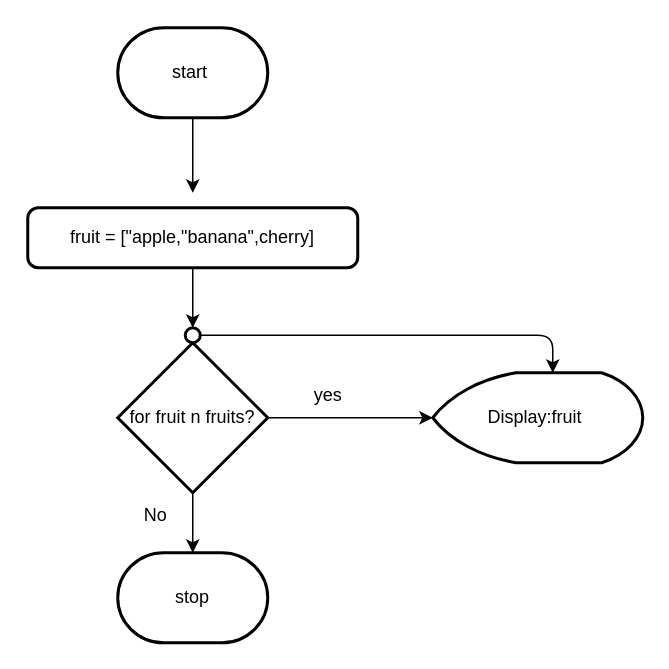
Earlier version of the draw.io diagram Lecture-04/controlled loop.drawio (Hathaway1420/Python-Tle). Source tidied: cells renumbered, new cells numbered last; positions are measured from the earlier drawing's top-left corner, leaving out a move shared by most shapes. Both pictures are drawn from the tidied source at 150%, with x=0, y=0 at pixel (27, 27).
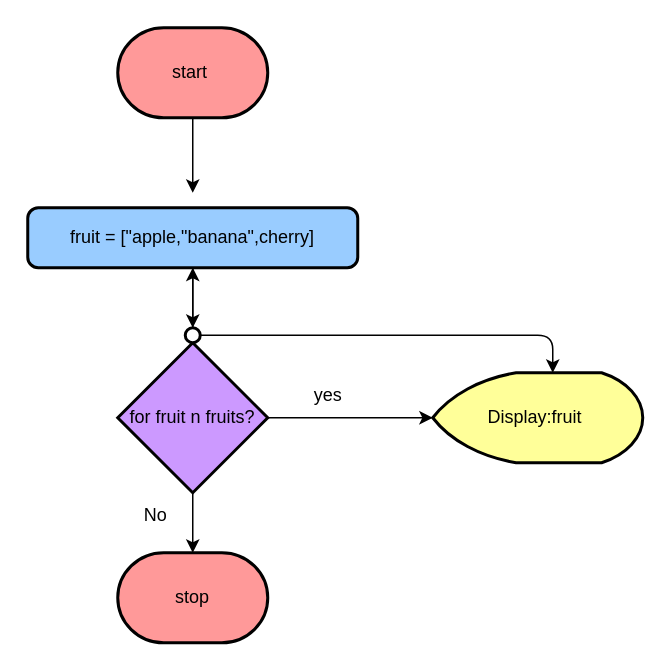
The same diagram, later.

Diff of the diagram source:
```diff
@@
 <mxGraphModel>
   <root>
     <mxCell id="0" />
     <mxCell id="1" parent="0" />
     <mxCell id="2" style="edgeStyle=none;html=1;exitX=0.5;exitY=1;exitDx=0;exitDy=0;exitPerimeter=0;" parent="1" edge="1" source="3">
       <mxGeometry relative="1" as="geometry">
         <mxPoint x="110" y="110" as="targetPoint" />
       </mxGeometry>
     </mxCell>
-    <mxCell id="3" value="start&amp;nbsp;" style="strokeWidth=2;html=1;shape=mxgraph.flowchart.terminator;whiteSpace=wrap;" parent="1" vertex="1">
+    <mxCell id="3" value="start&amp;nbsp;" style="strokeWidth=2;html=1;shape=mxgraph.flowchart.terminator;whiteSpace=wrap;fillColor=#FF9999;" parent="1" vertex="1">
       <mxGeometry x="60" width="100" height="60" as="geometry" />
     </mxCell>
-    <mxCell id="4" value="fruit = [&quot;apple,&quot;banana&quot;,cherry]" style="rounded=1;whiteSpace=wrap;html=1;absoluteArcSize=1;arcSize=14;strokeWidth=2;" parent="1" vertex="1">
+    <mxCell id="4" value="fruit = [&quot;apple,&quot;banana&quot;,cherry]" style="rounded=1;whiteSpace=wrap;html=1;absoluteArcSize=1;arcSize=14;strokeWidth=2;fillColor=#99CCFF;" parent="1" vertex="1">
       <mxGeometry y="120" width="220" height="40" as="geometry" />
     </mxCell>
-    <mxCell id="5" value="&lt;span style=&quot;color: rgb(0, 0, 0);&quot;&gt;Display:fruit&amp;nbsp;&lt;/span&gt;" style="strokeWidth=2;html=1;shape=mxgraph.flowchart.display;whiteSpace=wrap;" parent="1" vertex="1">
+    <mxCell id="5" value="&lt;span style=&quot;color: rgb(0, 0, 0);&quot;&gt;Display:fruit&amp;nbsp;&lt;/span&gt;" style="strokeWidth=2;html=1;shape=mxgraph.flowchart.display;whiteSpace=wrap;fillColor=#FFFF99;" parent="1" vertex="1">
       <mxGeometry x="270" y="230" width="140" height="60" as="geometry" />
     </mxCell>
+    <mxCell id="15" style="edgeStyle=none;html=1;" parent="1" edge="1" source="6" target="4">
+      <mxGeometry relative="1" as="geometry" />
+    </mxCell>
-    <mxCell id="6" value="for fruit n fruits?" style="strokeWidth=2;html=1;shape=mxgraph.flowchart.decision;whiteSpace=wrap;" parent="1" vertex="1">
+    <mxCell id="6" value="for fruit n fruits?" style="strokeWidth=2;html=1;shape=mxgraph.flowchart.decision;whiteSpace=wrap;fillColor=#CC99FF;" parent="1" vertex="1">
       <mxGeometry x="60" y="210" width="100" height="100" as="geometry" />
     </mxCell>
-    <mxCell id="7" value="stop" style="strokeWidth=2;html=1;shape=mxgraph.flowchart.terminator;whiteSpace=wrap;" parent="1" vertex="1">
+    <mxCell id="7" value="stop" style="strokeWidth=2;html=1;shape=mxgraph.flowchart.terminator;whiteSpace=wrap;fillColor=#FF9999;" parent="1" vertex="1">
       <mxGeometry x="60" y="350" width="100" height="60" as="geometry" />
     </mxCell>
     <mxCell id="8" style="edgeStyle=none;html=1;exitX=1;exitY=0.5;exitDx=0;exitDy=0;exitPerimeter=0;" parent="1" edge="1" source="9">
       <mxGeometry relative="1" as="geometry">
         <mxPoint x="350" y="230" as="targetPoint" />
         <Array as="points">
           <mxPoint x="350" y="205" />
         </Array>
       </mxGeometry>
     </mxCell>
     <mxCell id="9" style="strokeWidth=2;html=1;shape=mxgraph.flowchart.start_2;whiteSpace=wrap;" parent="1" vertex="1">
       <mxGeometry x="105" y="200" width="10" height="10" as="geometry" />
     </mxCell>
     <mxCell id="10" style="edgeStyle=none;html=1;exitX=0.5;exitY=1;exitDx=0;exitDy=0;entryX=0.5;entryY=0;entryDx=0;entryDy=0;entryPerimeter=0;" parent="1" edge="1" source="4" target="9">
       <mxGeometry relative="1" as="geometry" />
     </mxCell>
     <mxCell id="11" style="edgeStyle=none;html=1;entryX=0.5;entryY=0;entryDx=0;entryDy=0;entryPerimeter=0;" parent="1" edge="1" source="6" target="7">
       <mxGeometry relative="1" as="geometry" />
     </mxCell>
     <mxCell id="12" style="edgeStyle=none;html=1;entryX=0;entryY=0.5;entryDx=0;entryDy=0;entryPerimeter=0;" parent="1" edge="1" source="6" target="5">
       <mxGeometry relative="1" as="geometry" />
     </mxCell>
     <mxCell id="13" value="No" style="text;html=1;align=center;verticalAlign=middle;strokeColor=none;fillColor=none;" parent="1" vertex="1">
       <mxGeometry x="65" y="310" width="40" height="30" as="geometry" />
     </mxCell>
     <mxCell id="14" value="yes" style="text;html=1;align=center;verticalAlign=middle;strokeColor=none;fillColor=none;" parent="1" vertex="1">
       <mxGeometry x="180" y="230" width="40" height="30" as="geometry" />
     </mxCell>
   </root>
 </mxGraphModel>
```
